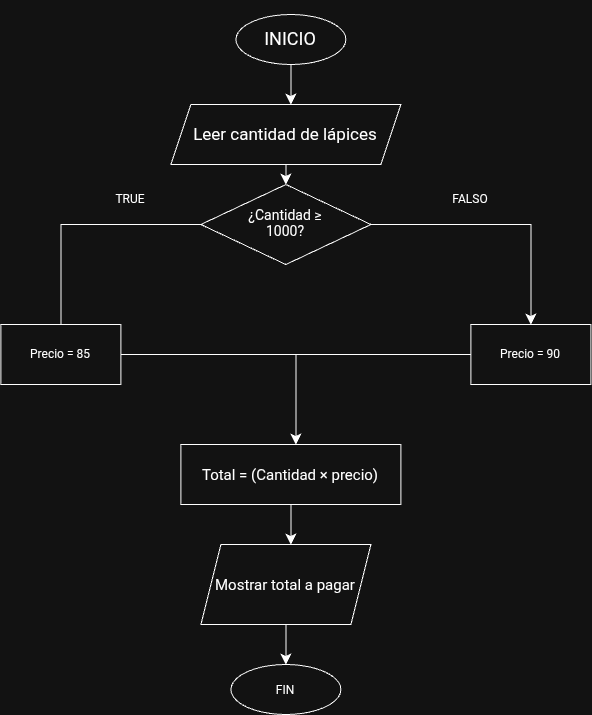
Above: Untitled Diagram.drawio.png in Sebastian5050942/Toma_notas_Programaci-n (draw.io), before the change. Source tidied: cells renumbered, new cells last; positions are measured from the earlier drawing's top-left corner, leaving out a move shared by most shapes.
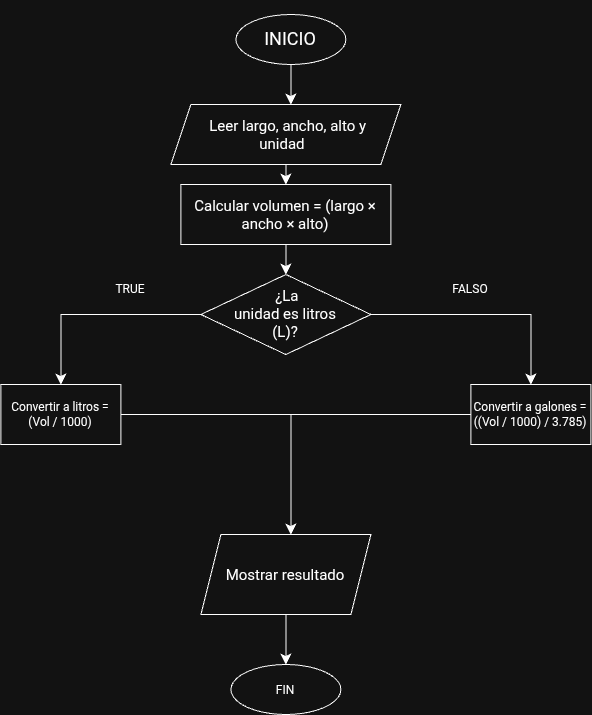
The same file after the commit.

Diff of the diagram source:
```diff
@@ -10,63 +10,65 @@
     <mxCell id="3" value="&lt;div&gt;&lt;br&gt;&lt;/div&gt;&lt;div&gt;&lt;br&gt;&lt;/div&gt;&lt;div&gt;&lt;font style=&quot;font-size: 18px;&quot;&gt;INICIO&lt;/font&gt;&lt;/div&gt;" style="ellipse;whiteSpace=wrap;html=1;shapeInside=1;" parent="1" vertex="1">
       <mxGeometry x="235" width="110" height="50" as="geometry" />
     </mxCell>
-    <mxCell id="4" style="edgeStyle=none;curved=1;rounded=0;jettySize=auto;html=1;fontSize=12;startSize=8;endSize=8;" parent="1" edge="1" source="5">
-      <mxGeometry relative="1" as="geometry">
-        <mxPoint x="285" y="170" as="targetPoint" />
-      </mxGeometry>
+    <mxCell id="4" style="edgeStyle=none;curved=1;rounded=0;jettySize=auto;html=1;fontSize=12;startSize=8;endSize=8;" parent="1" edge="1" source="5" target="21">
+      <mxGeometry relative="1" as="geometry" />
     </mxCell>
-    <mxCell id="5" value="&lt;font style=&quot;font-size: 17px;&quot;&gt;Leer cantidad de lápices&lt;/font&gt;" style="shape=parallelogram;perimeter=parallelogramPerimeter;whiteSpace=wrap;html=1;shapeInside=1;fixedSize=1;" parent="1" vertex="1">
+    <mxCell id="5" value="&lt;div&gt;&lt;br&gt;&lt;/div&gt;&lt;div&gt;&lt;span style=&quot;font-size:15px&quot;&gt;Leer largo, ancho, alto y unidad&lt;/span&gt;&lt;/div&gt;" style="shape=parallelogram;perimeter=parallelogramPerimeter;whiteSpace=wrap;html=1;shapeInside=1;fixedSize=1;" parent="1" vertex="1">
       <mxGeometry x="170" y="90" width="230" height="60" as="geometry" />
     </mxCell>
+    <mxCell id="20" style="edgeStyle=none;curved=1;rounded=0;jettySize=auto;html=1;fontSize=12;startSize=8;endSize=8;" parent="1" edge="1" source="21">
+      <mxGeometry relative="1" as="geometry">
+        <mxPoint x="285" y="260" as="targetPoint" />
+      </mxGeometry>
+    </mxCell>
+    <mxCell id="21" value="&lt;span style=&quot;font-size:15px&quot;&gt;Calcular volumen = (largo × ancho × alto)&lt;/span&gt;" style="rounded=0;whiteSpace=wrap;html=1;" parent="1" vertex="1">
+      <mxGeometry x="180" y="170" width="210" height="60" as="geometry" />
+    </mxCell>
     <mxCell id="6" style="edgeStyle=orthogonalEdgeStyle;rounded=0;jettySize=auto;html=1;fontSize=12;startSize=8;endSize=8;" parent="1" edge="1" source="7">
       <mxGeometry relative="1" as="geometry">
         <mxPoint x="60" y="370" as="targetPoint" />
       </mxGeometry>
     </mxCell>
+    <mxCell id="22" style="edgeStyle=orthogonalEdgeStyle;rounded=0;jettySize=auto;html=1;fontSize=12;startSize=8;endSize=8;" parent="1" edge="1" source="7">
+      <mxGeometry relative="1" as="geometry">
+        <mxPoint x="530" y="370" as="targetPoint" />
+      </mxGeometry>
+    </mxCell>
-    <mxCell id="7" value="&lt;font style=&quot;font-size: 14px;&quot;&gt;¿Cantidad ≥ 1000?&lt;/font&gt;" style="rhombus;whiteSpace=wrap;html=1;shapeInside=1;" parent="1" vertex="1">
-      <mxGeometry x="200" y="170" width="170" height="80" as="geometry" />
+    <mxCell id="7" value="&lt;div&gt;&lt;br&gt;&lt;/div&gt;&lt;div&gt;&lt;br&gt;&lt;/div&gt;&lt;div&gt;&lt;span style=&quot;font-size:15px&quot;&gt;&amp;nbsp;¿La unidad es litros (L)?&lt;/span&gt;&lt;/div&gt;" style="rhombus;whiteSpace=wrap;html=1;shapeInside=1;" parent="1" vertex="1">
+      <mxGeometry x="200" y="260" width="170" height="80" as="geometry" />
     </mxCell>
+    <mxCell id="23" style="edgeStyle=orthogonalEdgeStyle;rounded=0;jettySize=auto;html=1;fontSize=12;startSize=8;endSize=8;" parent="1" edge="1" source="8">
+      <mxGeometry relative="1" as="geometry">
+        <mxPoint x="290" y="520" as="targetPoint" />
+      </mxGeometry>
+    </mxCell>
-    <mxCell id="8" value="Precio = 85" style="rounded=0;whiteSpace=wrap;html=1;" parent="1" vertex="1">
-      <mxGeometry y="310" width="120" height="60" as="geometry" />
+    <mxCell id="8" value="Convertir a litros = (Vol / 1000)" style="rounded=0;whiteSpace=wrap;html=1;" parent="1" vertex="1">
+      <mxGeometry y="370" width="120" height="60" as="geometry" />
     </mxCell>
     <mxCell id="9" value="TRUE" style="text;html=1;whiteSpace=wrap;strokeColor=none;fillColor=none;align=center;verticalAlign=middle;rounded=0;" parent="1" vertex="1">
-      <mxGeometry x="100" y="170" width="60" height="30" as="geometry" />
+      <mxGeometry x="100" y="260" width="60" height="30" as="geometry" />
     </mxCell>
     <mxCell id="10" value="FALSO" style="text;html=1;whiteSpace=wrap;strokeColor=none;fillColor=none;align=center;verticalAlign=middle;rounded=0;" parent="1" vertex="1">
-      <mxGeometry x="440" y="170" width="60" height="30" as="geometry" />
+      <mxGeometry x="440" y="260" width="60" height="30" as="geometry" />
     </mxCell>
+    <mxCell id="24" style="edgeStyle=none;curved=1;rounded=0;jettySize=auto;html=1;fontSize=12;startSize=8;endSize=8;endArrow=none;endFill=0;" parent="1" edge="1" source="14">
+      <mxGeometry relative="1" as="geometry">
+        <mxPoint x="280" y="400" as="targetPoint" />
+      </mxGeometry>
+    </mxCell>
+    <mxCell id="14" value="Convertir a galones = ((Vol / 1000) / 3.785)" style="rounded=0;whiteSpace=wrap;html=1;" parent="1" vertex="1">
+      <mxGeometry x="470" y="370" width="120" height="60" as="geometry" />
+    </mxCell>
+    <mxCell id="25" style="edgeStyle=none;curved=1;rounded=0;jettySize=auto;html=1;fontSize=12;startSize=8;endSize=8;" parent="1" edge="1" source="26">
+      <mxGeometry relative="1" as="geometry">
+        <mxPoint x="285" y="650" as="targetPoint" />
+      </mxGeometry>
+    </mxCell>
+    <mxCell id="26" value="&lt;div&gt;&lt;font style=&quot;font-size: 15px;&quot;&gt;&lt;br&gt;&lt;/font&gt;&lt;/div&gt;&lt;div&gt;&lt;font style=&quot;font-size: 15px;&quot;&gt;Mostrar resultado&lt;/font&gt;&lt;/div&gt;" style="shape=parallelogram;perimeter=parallelogramPerimeter;whiteSpace=wrap;html=1;shapeInside=1;fixedSize=1;" parent="1" vertex="1">
+      <mxGeometry x="200" y="520" width="170" height="80" as="geometry" />
+    </mxCell>
     <mxCell id="11" value="FIN" style="ellipse;whiteSpace=wrap;html=1;shapeInside=1;" parent="1" vertex="1">
       <mxGeometry x="230" y="650" width="110" height="50" as="geometry" />
     </mxCell>
-    <mxCell id="12" style="edgeStyle=orthogonalEdgeStyle;rounded=0;jettySize=auto;html=1;fontSize=12;startSize=8;endSize=8;" parent="1" edge="1" source="7" target="14">
-      <mxGeometry relative="1" as="geometry" />
-    </mxCell>
-    <mxCell id="13" style="edgeStyle=none;curved=1;rounded=0;jettySize=auto;html=1;fontSize=12;startSize=8;endSize=8;endArrow=none;endFill=0;" parent="1" edge="1" source="14">
-      <mxGeometry relative="1" as="geometry">
-        <mxPoint x="280" y="340" as="targetPoint" />
-      </mxGeometry>
-    </mxCell>
-    <mxCell id="14" value="Precio = 90" style="rounded=0;whiteSpace=wrap;html=1;" parent="1" vertex="1">
-      <mxGeometry x="470" y="310" width="120" height="60" as="geometry" />
-    </mxCell>
-    <mxCell id="15" style="edgeStyle=orthogonalEdgeStyle;rounded=0;jettySize=auto;html=1;fontSize=12;startSize=8;endSize=8;" parent="1" edge="1" source="8">
-      <mxGeometry relative="1" as="geometry">
-        <mxPoint x="295" y="430" as="targetPoint" />
-      </mxGeometry>
-    </mxCell>
-    <mxCell id="16" style="edgeStyle=none;curved=1;rounded=0;jettySize=auto;html=1;entryX=0.5;entryY=0;entryDx=0;entryDy=0;fontSize=12;startSize=8;endSize=8;" parent="1" edge="1" source="17" target="11">
-      <mxGeometry relative="1" as="geometry" />
-    </mxCell>
-    <mxCell id="17" value="&lt;div&gt;&lt;font style=&quot;font-size: 15px;&quot;&gt;&lt;br&gt;&lt;/font&gt;&lt;/div&gt;&lt;div&gt;&lt;font style=&quot;font-size: 15px;&quot;&gt;Mostrar total a pagar&lt;/font&gt;&lt;/div&gt;" style="shape=parallelogram;perimeter=parallelogramPerimeter;whiteSpace=wrap;html=1;shapeInside=1;fixedSize=1;" parent="1" vertex="1">
-      <mxGeometry x="200" y="530" width="170" height="80" as="geometry" />
-    </mxCell>
-    <mxCell id="18" style="edgeStyle=none;curved=1;rounded=0;jettySize=auto;html=1;fontSize=12;startSize=8;endSize=8;" parent="1" edge="1" source="19">
-      <mxGeometry relative="1" as="geometry">
-        <mxPoint x="290" y="530" as="targetPoint" />
-      </mxGeometry>
-    </mxCell>
-    <mxCell id="19" value="&lt;span style=&quot;font-size:15px&quot;&gt;Total = (Cantidad × precio)&lt;/span&gt;" style="rounded=0;whiteSpace=wrap;html=1;" parent="1" vertex="1">
-      <mxGeometry x="180" y="430" width="220" height="60" as="geometry" />
-    </mxCell>
   </root>
 </mxGraphModel>
```
